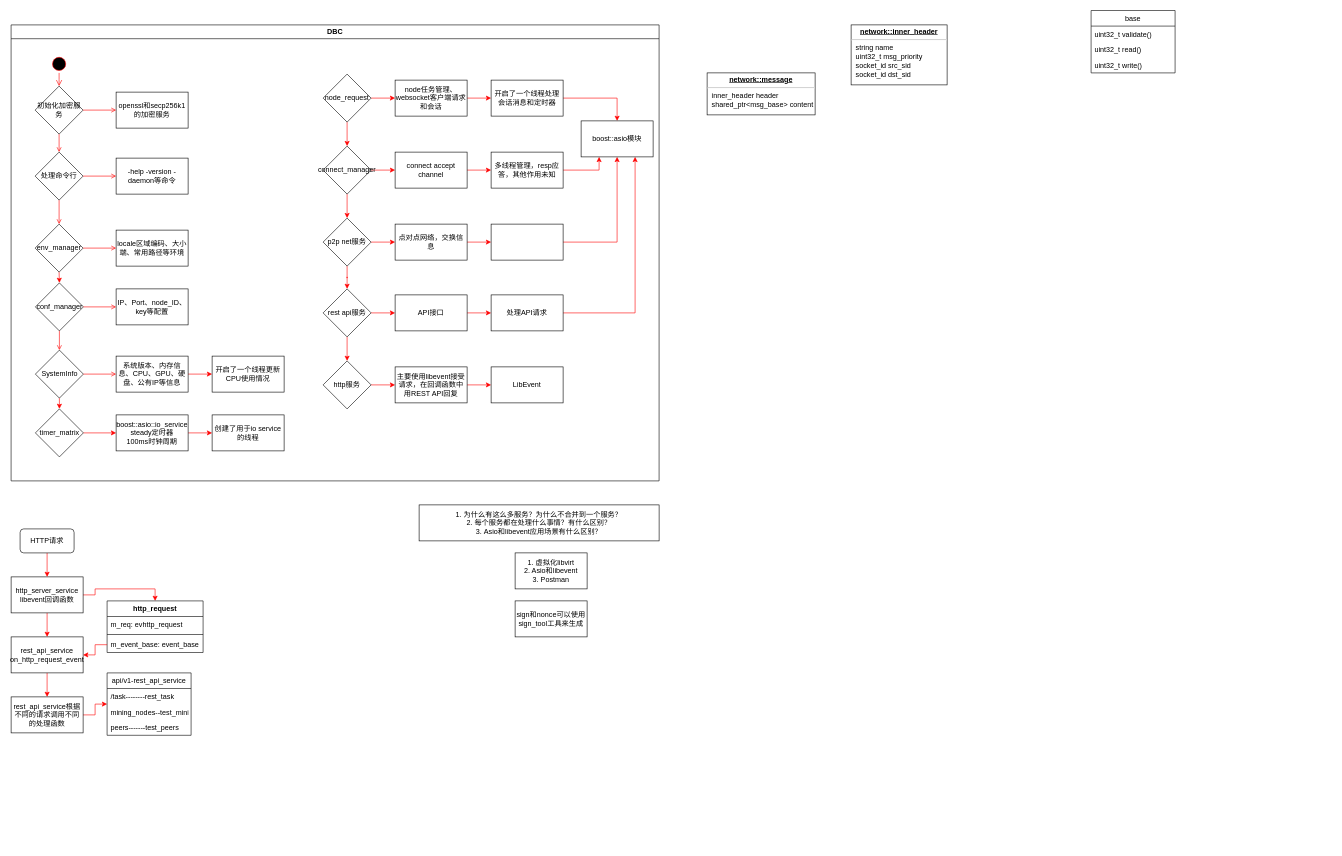
This is Untitled Diagram.drawio from Jerry-se/UML, a draw.io file, before an edit. Source tidied: cells renumbered, new cells numbered last; positions are measured from the earlier drawing's top-left corner, leaving out a move shared by most shapes. Both pictures are drawn from the tidied source at 60%, with x=0, y=0 at pixel (11, 10).
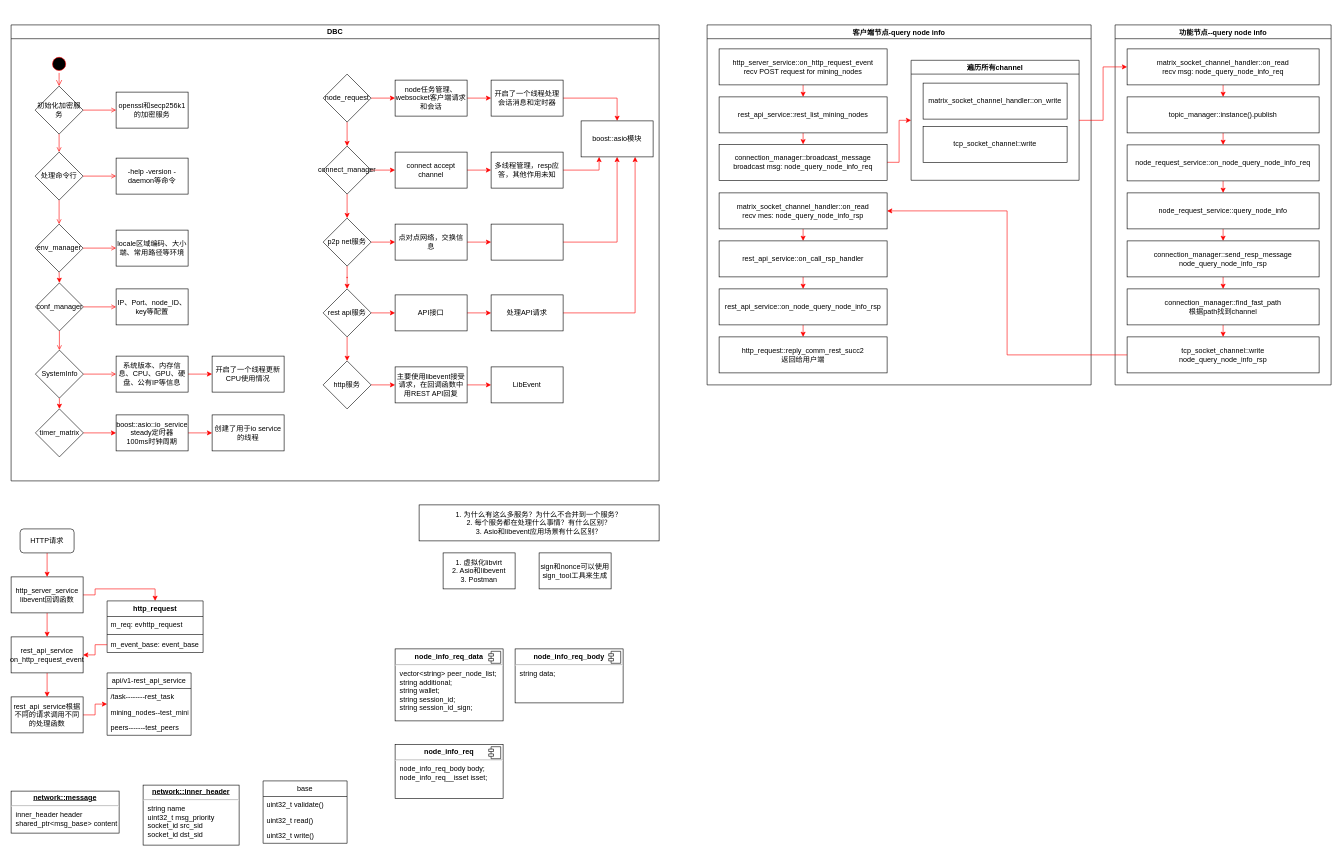
Above is the later version.

Change to the diagram source:
```diff
@@
     <mxCell id="67" value="1. 虚拟化libvirt&lt;br&gt;2. Asio和libevent&lt;br&gt;3. Postman" style="rounded=0;whiteSpace=wrap;html=1;" parent="1" vertex="1">
-      <mxGeometry x="840" y="904" width="120" height="60" as="geometry" />
+      <mxGeometry x="720" y="904" width="120" height="60" as="geometry" />
     </mxCell>
@@
     <mxCell id="86" value="sign和nonce可以使用sign_tool工具来生成" style="rounded=0;whiteSpace=wrap;html=1;" parent="1" vertex="1">
-      <mxGeometry x="840" y="984" width="120" height="60" as="geometry" />
+      <mxGeometry x="880" y="904" width="120" height="60" as="geometry" />
     </mxCell>
     <mxCell id="87" value="&lt;p style=&quot;margin: 0px ; margin-top: 4px ; text-align: center ; text-decoration: underline&quot;&gt;&lt;b&gt;network::message&lt;/b&gt;&lt;/p&gt;&lt;hr&gt;&lt;p style=&quot;margin: 0px ; margin-left: 8px&quot;&gt;inner_header header&lt;br&gt;shared_ptr&amp;lt;msg_base&amp;gt; content&lt;br&gt;&lt;/p&gt;" style="verticalAlign=top;align=left;overflow=fill;fontSize=12;fontFamily=Helvetica;html=1;" parent="1" vertex="1">
-      <mxGeometry x="1160" y="104" width="180" height="70" as="geometry" />
+      <mxGeometry y="1301" width="180" height="70" as="geometry" />
     </mxCell>
     <mxCell id="88" value="&lt;p style=&quot;margin: 0px ; margin-top: 4px ; text-align: center ; text-decoration: underline&quot;&gt;&lt;b&gt;network::inner_header&lt;/b&gt;&lt;/p&gt;&lt;hr&gt;&lt;p style=&quot;margin: 0px ; margin-left: 8px&quot;&gt;string name&lt;br&gt;uint32_t msg_priority&lt;br&gt;socket_id src_sid&lt;/p&gt;&lt;p style=&quot;margin: 0px ; margin-left: 8px&quot;&gt;socket_id dst_sid&lt;/p&gt;" style="verticalAlign=top;align=left;overflow=fill;fontSize=12;fontFamily=Helvetica;html=1;" parent="1" vertex="1">
-      <mxGeometry x="1400" y="24" width="160" height="100" as="geometry" />
+      <mxGeometry x="220" y="1291" width="160" height="100" as="geometry" />
     </mxCell>
     <mxCell id="89" value="base" style="swimlane;fontStyle=0;horizontal=1;startSize=26;fillColor=none;" parent="1" vertex="1">
-      <mxGeometry x="1800" width="140" height="104" as="geometry" />
+      <mxGeometry x="420" y="1284" width="140" height="104" as="geometry" />
     </mxCell>
@@
+    <mxCell id="93" value="功能节点--query node info" style="swimlane;" parent="1" vertex="1">
+      <mxGeometry x="1840" y="24" width="360" height="600" as="geometry" />
+    </mxCell>
+    <mxCell id="94" style="edgeStyle=orthogonalEdgeStyle;rounded=0;jettySize=auto;html=1;exitX=0.5;exitY=1;exitDx=0;exitDy=0;entryX=0.5;entryY=0;entryDx=0;entryDy=0;strokeColor=#FF0000;" parent="93" edge="1" source="95" target="99">
+      <mxGeometry relative="1" as="geometry" />
+    </mxCell>
+    <mxCell id="95" value="matrix_socket_channel_handler::on_read&lt;br&gt;recv msg:&amp;nbsp;node_query_node_info_req" style="rounded=0;whiteSpace=wrap;html=1;" parent="93" vertex="1">
+      <mxGeometry x="20" y="40" width="320" height="60" as="geometry" />
+    </mxCell>
+    <mxCell id="96" style="edgeStyle=orthogonalEdgeStyle;rounded=0;jettySize=auto;html=1;exitX=0.5;exitY=1;exitDx=0;exitDy=0;entryX=0.5;entryY=0;entryDx=0;entryDy=0;strokeColor=#FF0000;" parent="93" edge="1" source="97" target="101">
+      <mxGeometry relative="1" as="geometry" />
+    </mxCell>
+    <mxCell id="97" value="node_request_service::on_node_query_node_info_req" style="rounded=0;whiteSpace=wrap;html=1;" parent="93" vertex="1">
+      <mxGeometry x="20" y="200" width="320" height="60" as="geometry" />
+    </mxCell>
+    <mxCell id="98" style="edgeStyle=orthogonalEdgeStyle;rounded=0;jettySize=auto;html=1;exitX=0.5;exitY=1;exitDx=0;exitDy=0;entryX=0.5;entryY=0;entryDx=0;entryDy=0;strokeColor=#FF0000;" parent="93" edge="1" source="99" target="97">
+      <mxGeometry relative="1" as="geometry" />
+    </mxCell>
+    <mxCell id="99" value="topic_manager::instance().publish" style="rounded=0;whiteSpace=wrap;html=1;" parent="93" vertex="1">
+      <mxGeometry x="20" y="120" width="320" height="60" as="geometry" />
+    </mxCell>
+    <mxCell id="100" style="edgeStyle=orthogonalEdgeStyle;rounded=0;jettySize=auto;html=1;exitX=0.5;exitY=1;exitDx=0;exitDy=0;entryX=0.5;entryY=0;entryDx=0;entryDy=0;strokeColor=#FF0000;" parent="93" edge="1" source="101" target="103">
+      <mxGeometry relative="1" as="geometry" />
+    </mxCell>
+    <mxCell id="101" value="node_request_service::query_node_info" style="rounded=0;whiteSpace=wrap;html=1;" parent="93" vertex="1">
+      <mxGeometry x="20" y="280" width="320" height="60" as="geometry" />
+    </mxCell>
+    <mxCell id="102" style="edgeStyle=orthogonalEdgeStyle;rounded=0;jettySize=auto;html=1;exitX=0.5;exitY=1;exitDx=0;exitDy=0;entryX=0.5;entryY=0;entryDx=0;entryDy=0;strokeColor=#FF0000;" parent="93" edge="1" source="103" target="106">
+      <mxGeometry relative="1" as="geometry" />
+    </mxCell>
+    <mxCell id="103" value="connection_manager::send_resp_message&lt;br&gt;node_query_node_info_rsp" style="rounded=0;whiteSpace=wrap;html=1;" parent="93" vertex="1">
+      <mxGeometry x="20" y="360" width="320" height="60" as="geometry" />
+    </mxCell>
+    <mxCell id="104" value="tcp_socket_channel::write&lt;br&gt;node_query_node_info_rsp" style="rounded=0;whiteSpace=wrap;html=1;" parent="93" vertex="1">
+      <mxGeometry x="20" y="520" width="320" height="60" as="geometry" />
+    </mxCell>
+    <mxCell id="105" style="edgeStyle=orthogonalEdgeStyle;rounded=0;jettySize=auto;html=1;exitX=0.5;exitY=1;exitDx=0;exitDy=0;entryX=0.5;entryY=0;entryDx=0;entryDy=0;strokeColor=#FF0000;" parent="93" edge="1" source="106" target="104">
+      <mxGeometry relative="1" as="geometry" />
+    </mxCell>
+    <mxCell id="106" value="connection_manager::find_fast_path&lt;br&gt;根据path找到channel" style="rounded=0;whiteSpace=wrap;html=1;" parent="93" vertex="1">
+      <mxGeometry x="20" y="440" width="320" height="60" as="geometry" />
+    </mxCell>
+    <mxCell id="107" value="客户端节点-query node info" style="swimlane;" parent="1" vertex="1">
+      <mxGeometry x="1160" y="24" width="640" height="600" as="geometry" />
+    </mxCell>
+    <mxCell id="108" style="edgeStyle=orthogonalEdgeStyle;rounded=0;jettySize=auto;html=1;exitX=0.5;exitY=1;exitDx=0;exitDy=0;entryX=0.5;entryY=0;entryDx=0;entryDy=0;strokeColor=#FF0000;" parent="107" edge="1" source="109" target="111">
+      <mxGeometry relative="1" as="geometry" />
+    </mxCell>
+    <mxCell id="109" value="http_server_service::on_http_request_event&lt;br&gt;recv POST request for mining_nodes" style="rounded=0;whiteSpace=wrap;html=1;" parent="107" vertex="1">
+      <mxGeometry x="20" y="40" width="280" height="60" as="geometry" />
+    </mxCell>
+    <mxCell id="110" style="edgeStyle=orthogonalEdgeStyle;rounded=0;jettySize=auto;html=1;exitX=0.5;exitY=1;exitDx=0;exitDy=0;entryX=0.5;entryY=0;entryDx=0;entryDy=0;strokeColor=#FF0000;" parent="107" edge="1" source="111" target="113">
+      <mxGeometry relative="1" as="geometry" />
+    </mxCell>
+    <mxCell id="111" value="rest_api_service::rest_list_mining_nodes" style="rounded=0;whiteSpace=wrap;html=1;" parent="107" vertex="1">
+      <mxGeometry x="20" y="120" width="280" height="60" as="geometry" />
+    </mxCell>
+    <mxCell id="112" style="edgeStyle=orthogonalEdgeStyle;rounded=0;jettySize=auto;html=1;exitX=1;exitY=0.5;exitDx=0;exitDy=0;entryX=0;entryY=0.5;entryDx=0;entryDy=0;strokeColor=#FF0000;" parent="107" edge="1" source="113" target="116">
+      <mxGeometry relative="1" as="geometry" />
+    </mxCell>
+    <mxCell id="113" value="connection_manager::broadcast_message&lt;br&gt;broadcast msg:&amp;nbsp;node_query_node_info_req" style="rounded=0;whiteSpace=wrap;html=1;" parent="107" vertex="1">
+      <mxGeometry x="20" y="199" width="280" height="60" as="geometry" />
+    </mxCell>
+    <mxCell id="114" style="edgeStyle=orthogonalEdgeStyle;rounded=0;jettySize=auto;html=1;exitX=0.5;exitY=1;exitDx=0;exitDy=0;entryX=0.5;entryY=0;entryDx=0;entryDy=0;strokeColor=#FF0000;" parent="107" edge="1" source="115" target="120">
+      <mxGeometry relative="1" as="geometry" />
+    </mxCell>
+    <mxCell id="115" value="matrix_socket_channel_handler::on_read&lt;br&gt;recv mes: node_query_node_info_rsp" style="rounded=0;whiteSpace=wrap;html=1;" parent="107" vertex="1">
+      <mxGeometry x="20" y="280" width="280" height="60" as="geometry" />
+    </mxCell>
+    <mxCell id="116" value="遍历所有channel" style="swimlane;" parent="107" vertex="1">
+      <mxGeometry x="340" y="59" width="280" height="200" as="geometry" />
+    </mxCell>
+    <mxCell id="117" value="matrix_socket_channel_handler::on_write" style="rounded=0;whiteSpace=wrap;html=1;" parent="116" vertex="1">
+      <mxGeometry x="20" y="38" width="240" height="60" as="geometry" />
+    </mxCell>
+    <mxCell id="118" value="tcp_socket_channel::write" style="rounded=0;whiteSpace=wrap;html=1;" parent="116" vertex="1">
+      <mxGeometry x="20" y="110" width="240" height="60" as="geometry" />
+    </mxCell>
+    <mxCell id="119" style="edgeStyle=orthogonalEdgeStyle;rounded=0;jettySize=auto;html=1;exitX=0.5;exitY=1;exitDx=0;exitDy=0;entryX=0.5;entryY=0;entryDx=0;entryDy=0;strokeColor=#FF0000;" parent="107" edge="1" source="120" target="122">
+      <mxGeometry relative="1" as="geometry" />
+    </mxCell>
+    <mxCell id="120" value="rest_api_service::on_call_rsp_handler" style="rounded=0;whiteSpace=wrap;html=1;" parent="107" vertex="1">
+      <mxGeometry x="20" y="360" width="280" height="60" as="geometry" />
+    </mxCell>
+    <mxCell id="121" style="edgeStyle=orthogonalEdgeStyle;rounded=0;jettySize=auto;html=1;exitX=0.5;exitY=1;exitDx=0;exitDy=0;entryX=0.5;entryY=0;entryDx=0;entryDy=0;strokeColor=#FF0000;" parent="107" edge="1" source="122" target="123">
+      <mxGeometry relative="1" as="geometry" />
+    </mxCell>
+    <mxCell id="122" value="rest_api_service::on_node_query_node_info_rsp" style="rounded=0;whiteSpace=wrap;html=1;" parent="107" vertex="1">
+      <mxGeometry x="20" y="440" width="280" height="60" as="geometry" />
+    </mxCell>
+    <mxCell id="123" value="http_request::reply_comm_rest_succ2&lt;br&gt;返回给用户端" style="rounded=0;whiteSpace=wrap;html=1;" parent="107" vertex="1">
+      <mxGeometry x="20" y="520" width="280" height="60" as="geometry" />
+    </mxCell>
+    <mxCell id="124" style="edgeStyle=orthogonalEdgeStyle;rounded=0;jettySize=auto;html=1;exitX=1;exitY=0.5;exitDx=0;exitDy=0;entryX=0;entryY=0.5;entryDx=0;entryDy=0;strokeColor=#FF0000;" parent="1" edge="1" source="116" target="95">
+      <mxGeometry relative="1" as="geometry" />
+    </mxCell>
+    <mxCell id="125" style="edgeStyle=orthogonalEdgeStyle;rounded=0;jettySize=auto;html=1;exitX=0;exitY=0.5;exitDx=0;exitDy=0;entryX=1;entryY=0.5;entryDx=0;entryDy=0;strokeColor=#FF0000;" parent="1" edge="1" source="104" target="115">
+      <mxGeometry relative="1" as="geometry" />
+    </mxCell>
+    <mxCell id="126" value="&lt;p style=&quot;margin: 0px ; margin-top: 6px ; text-align: center&quot;&gt;&lt;b&gt;node_info_req_data&lt;/b&gt;&lt;/p&gt;&lt;hr&gt;&lt;p style=&quot;margin: 0px ; margin-left: 8px&quot;&gt;vector&amp;lt;string&amp;gt; peer_node_list;&lt;br&gt;string additional;&lt;/p&gt;&lt;p style=&quot;margin: 0px ; margin-left: 8px&quot;&gt;string wallet;&lt;/p&gt;&lt;p style=&quot;margin: 0px ; margin-left: 8px&quot;&gt;string session_id;&lt;/p&gt;&lt;p style=&quot;margin: 0px ; margin-left: 8px&quot;&gt;string session_id_sign;&lt;/p&gt;" style="align=left;overflow=fill;html=1;" parent="1" vertex="1">
+      <mxGeometry x="640" y="1064" width="180" height="120" as="geometry" />
+    </mxCell>
+    <mxCell id="127" style="shape=component;jettyWidth=8;jettyHeight=4;" parent="126" vertex="1">
+      <mxGeometry x="1" width="20" height="20" relative="1" as="geometry">
+        <mxPoint x="-24" y="4" as="offset" />
+      </mxGeometry>
+    </mxCell>
+    <mxCell id="128" value="&lt;p style=&quot;margin: 0px ; margin-top: 6px ; text-align: center&quot;&gt;&lt;b&gt;node_info_req_body&lt;/b&gt;&lt;/p&gt;&lt;hr&gt;&lt;p style=&quot;margin: 0px ; margin-left: 8px&quot;&gt;string data;&lt;br&gt;&lt;/p&gt;" style="align=left;overflow=fill;html=1;" parent="1" vertex="1">
+      <mxGeometry x="840" y="1064" width="180" height="90" as="geometry" />
+    </mxCell>
+    <mxCell id="129" style="shape=component;jettyWidth=8;jettyHeight=4;" parent="128" vertex="1">
+      <mxGeometry x="1" width="20" height="20" relative="1" as="geometry">
+        <mxPoint x="-24" y="4" as="offset" />
+      </mxGeometry>
+    </mxCell>
+    <mxCell id="130" value="&lt;p style=&quot;margin: 0px ; margin-top: 6px ; text-align: center&quot;&gt;&lt;b&gt;node_info_req&lt;/b&gt;&lt;/p&gt;&lt;hr&gt;&lt;p style=&quot;margin: 0px ; margin-left: 8px&quot;&gt;node_info_req_body body;&lt;br&gt;node_info_req__isset isset;&lt;/p&gt;" style="align=left;overflow=fill;html=1;" parent="1" vertex="1">
+      <mxGeometry x="640" y="1223" width="180" height="90" as="geometry" />
+    </mxCell>
+    <mxCell id="131" style="shape=component;jettyWidth=8;jettyHeight=4;" parent="130" vertex="1">
+      <mxGeometry x="1" width="20" height="20" relative="1" as="geometry">
+        <mxPoint x="-24" y="4" as="offset" />
+      </mxGeometry>
+    </mxCell>
```
